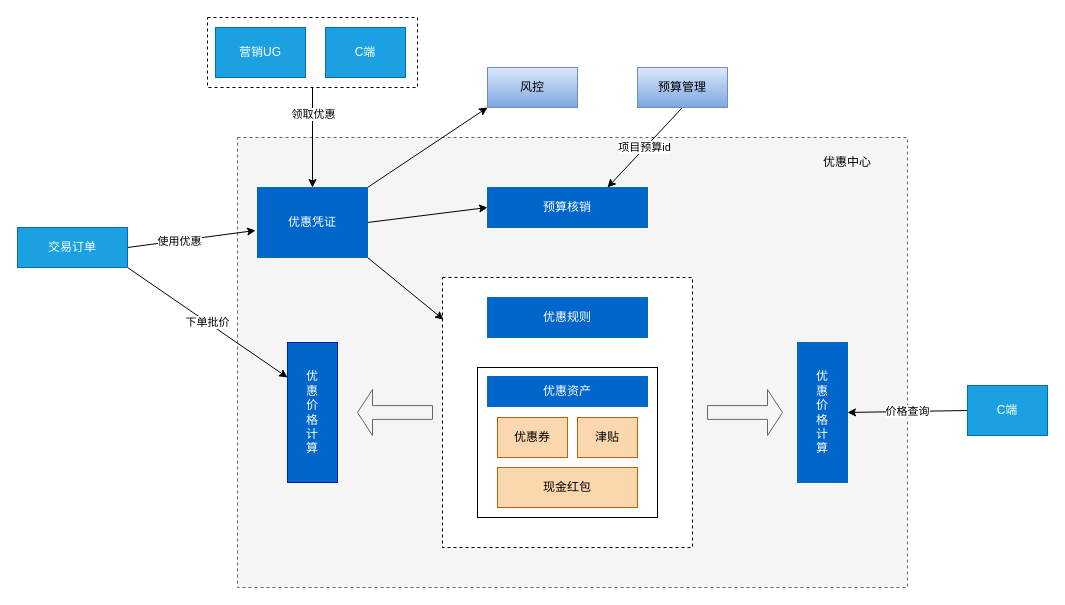
zengcrvip/basedemo keeps this draw.io diagram as page "Page-31" (22 of 30) of Untitled Diagram.drawio. Above is the earlier version. Source tidied: cells renumbered, new cells numbered last; positions are measured from the earlier drawing's top-left corner, leaving out a move shared by most shapes. Both pictures are drawn from the tidied source at 100%, with x=0, y=0 at pixel (17, 17).
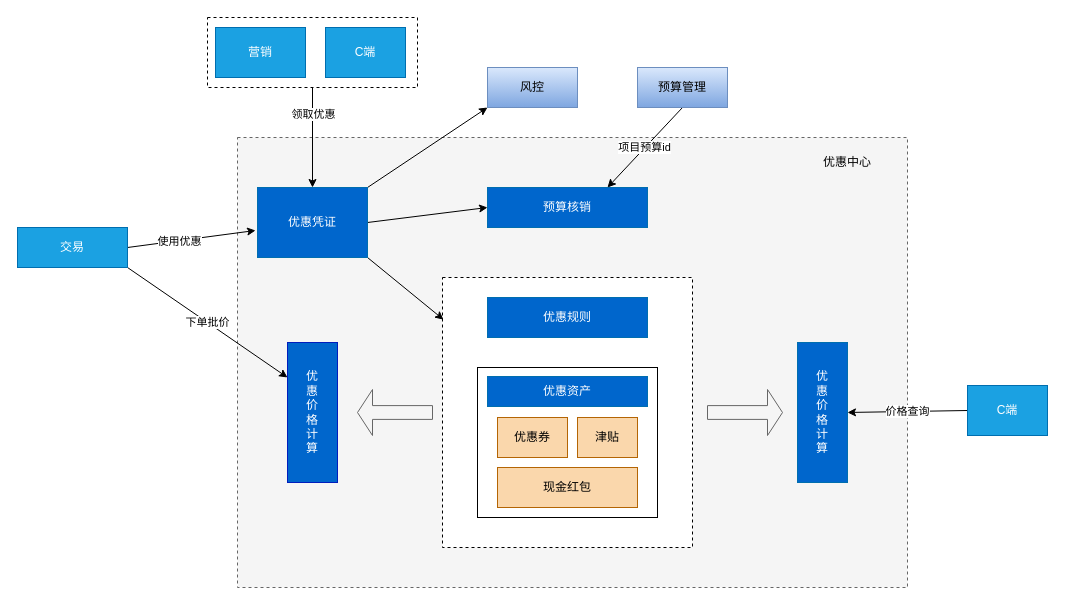
After the change.

Diff of the diagram source:
```diff
@@
-    <mxCell id="20" value="营销UG" style="rounded=0;whiteSpace=wrap;html=1;fillColor=#1ba1e2;strokeColor=#006EAF;fontColor=#ffffff;" parent="1" vertex="1">
+    <mxCell id="20" value="营销" style="rounded=0;whiteSpace=wrap;html=1;fillColor=#1ba1e2;strokeColor=#006EAF;fontColor=#ffffff;" parent="1" vertex="1">
       <mxGeometry x="198" y="10" width="90" height="50" as="geometry" />
     </mxCell>
@@
-    <mxCell id="27" value="交易订单" style="rounded=0;whiteSpace=wrap;html=1;fillColor=#1ba1e2;strokeColor=#006EAF;fontColor=#ffffff;" parent="1" vertex="1">
+    <mxCell id="27" value="交易" style="rounded=0;whiteSpace=wrap;html=1;fillColor=#1ba1e2;strokeColor=#006EAF;fontColor=#ffffff;" parent="1" vertex="1">
       <mxGeometry y="210" width="110" height="40" as="geometry" />
     </mxCell>
```
